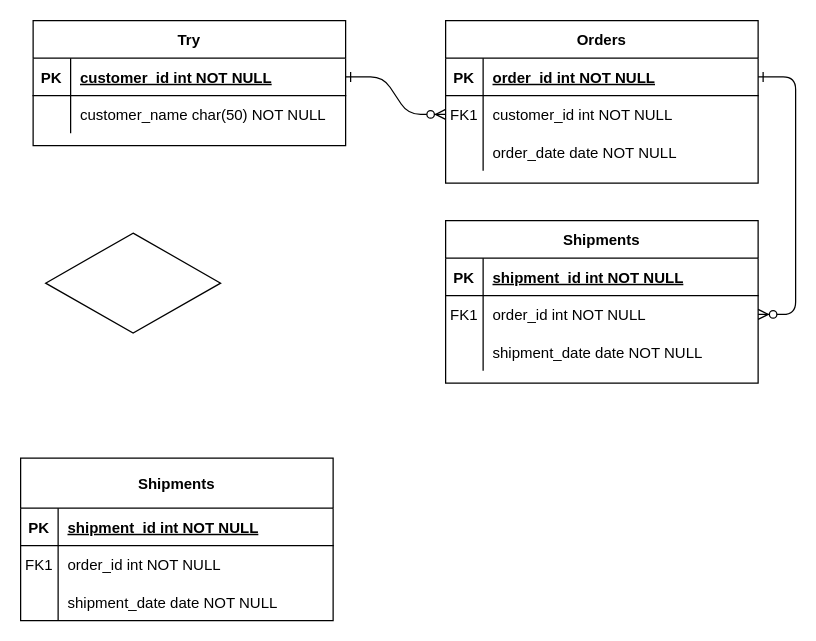
Above: Untitled Diagram.drawio in Dormiveglia-elf/CSC261-Database (draw.io), before the change. Source tidied: cells renumbered, new cells numbered last; positions are measured from the earlier drawing's top-left corner, leaving out a move shared by most shapes. Both pictures are drawn from the tidied source at 125%, with x=0, y=0 at pixel (20, 20).
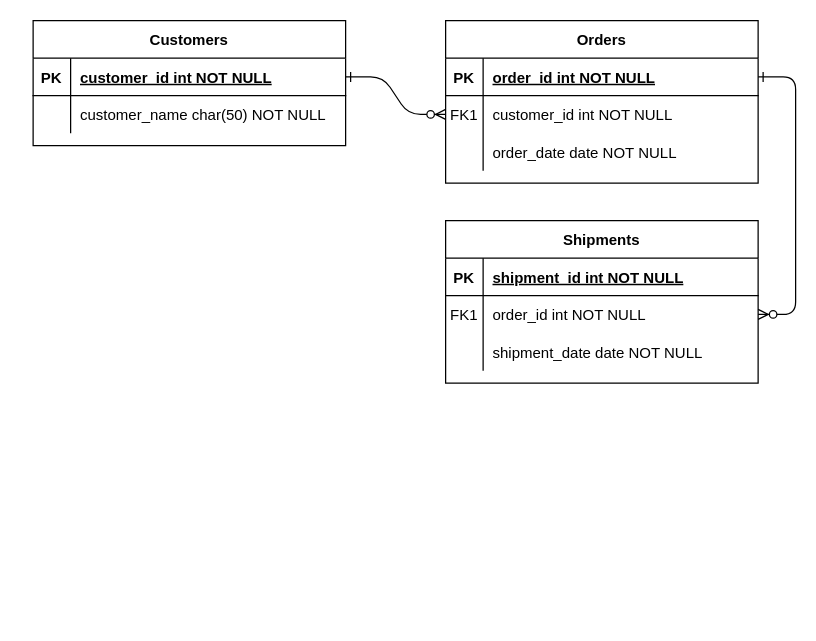
Above is the later version.

What changed in the source:
```diff
@@
-    <mxCell id="24" value="Try" style="shape=table;startSize=30;childLayout=tableLayout;rowLines=0;fontStyle=1;align=center;" parent="1" vertex="1">
+    <mxCell id="24" value="Customers" style="shape=table;startSize=30;childLayout=tableLayout;rowLines=0;fontStyle=1;align=center;" parent="1" vertex="1">
       <mxGeometry x="10" width="250" height="100" as="geometry" />
     </mxCell>
@@
-    <mxCell id="31" value="Shipments" style="shape=table;startSize=40;childLayout=tableLayout;rowLines=0;fontStyle=1;align=center;" parent="1" vertex="1">
-      <mxGeometry y="350" width="250" height="130" as="geometry" />
-    </mxCell>
-    <mxCell id="32" style="shape=partialRectangle;fillColor=none;top=0;left=0;right=0;bottom=1;" parent="31" vertex="1">
-      <mxGeometry y="40" width="250" height="30" as="geometry" />
-    </mxCell>
-    <mxCell id="33" value="PK" style="shape=partialRectangle;overflow=hidden;fillColor=none;top=0;left=0;bottom=0;right=0;fontStyle=1;" parent="32" vertex="1">
-      <mxGeometry width="30" height="30" as="geometry" />
-    </mxCell>
-    <mxCell id="34" value="shipment_id int NOT NULL " style="shape=partialRectangle;overflow=hidden;fillColor=none;top=0;left=0;bottom=0;right=0;align=left;spacingLeft=6;fontStyle=5;" parent="32" vertex="1">
-      <mxGeometry x="30" width="220" height="30" as="geometry" />
-    </mxCell>
-    <mxCell id="35" style="shape=partialRectangle;fillColor=none;top=0;left=0;right=0;bottom=0;" parent="31" vertex="1">
-      <mxGeometry y="70" width="250" height="30" as="geometry" />
-    </mxCell>
-    <mxCell id="36" value="FK1" style="shape=partialRectangle;overflow=hidden;fillColor=none;top=0;left=0;bottom=0;right=0;" parent="35" vertex="1">
-      <mxGeometry width="30" height="30" as="geometry" />
-    </mxCell>
-    <mxCell id="37" value="order_id int NOT NULL" style="shape=partialRectangle;overflow=hidden;fillColor=none;top=0;left=0;bottom=0;right=0;align=left;spacingLeft=6;" parent="35" vertex="1">
-      <mxGeometry x="30" width="220" height="30" as="geometry" />
-    </mxCell>
-    <mxCell id="38" style="shape=partialRectangle;fillColor=none;top=0;left=0;right=0;bottom=0;" parent="31" vertex="1">
-      <mxGeometry y="100" width="250" height="30" as="geometry" />
-    </mxCell>
-    <mxCell id="39" style="shape=partialRectangle;overflow=hidden;fillColor=none;top=0;left=0;bottom=0;right=0;" parent="38" vertex="1">
-      <mxGeometry width="30" height="30" as="geometry" />
-    </mxCell>
-    <mxCell id="40" value="shipment_date date NOT NULL" style="shape=partialRectangle;overflow=hidden;fillColor=none;top=0;left=0;bottom=0;right=0;align=left;spacingLeft=6;" parent="38" vertex="1">
-      <mxGeometry x="30" width="220" height="30" as="geometry" />
-    </mxCell>
-    <mxCell id="41" style="rhombus;whiteSpace=wrap;html=1;" parent="1" vertex="1">
-      <mxGeometry x="20" y="170" width="140" height="80" as="geometry" />
-    </mxCell>
```
